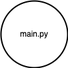
The draw.io diagram GCP_Run/gcp_run_diagram.png in carlosmonsivais123/dse230_final_plane, before a commit. Source tidied: cells renumbered, new cells last; positions are measured from the earlier drawing's top-left corner, leaving out a move shared by most shapes. The source it was exported from:
```xml
<mxGraphModel>
  <root>
    <mxCell id="0" />
    <mxCell id="1" parent="0" />
    <mxCell id="2" value="main.py" style="strokeWidth=2;html=1;shape=mxgraph.flowchart.start_2;whiteSpace=wrap;" parent="1" vertex="1">
      <mxGeometry width="100" height="100" as="geometry" />
    </mxCell>
  </root>
</mxGraphModel>
```
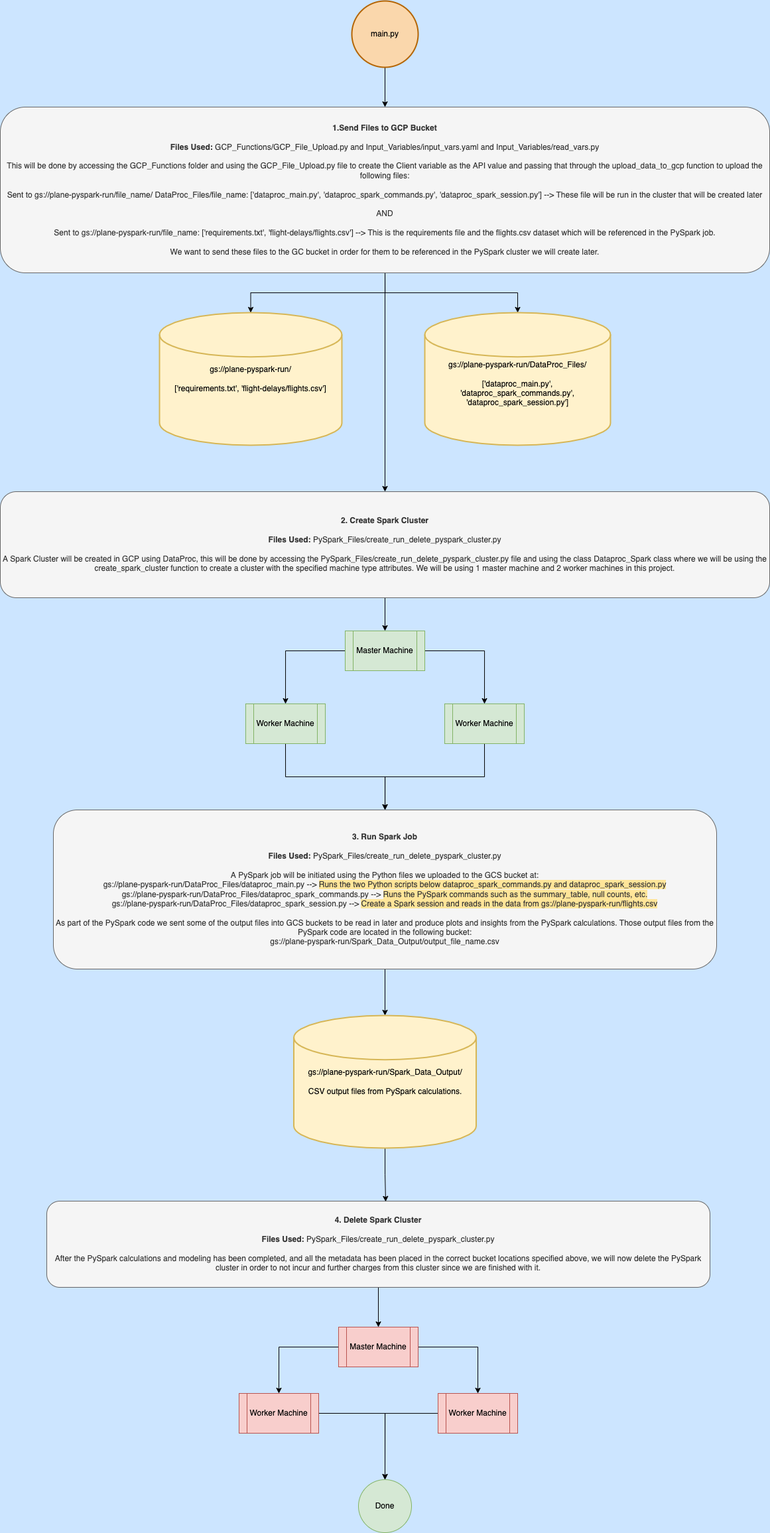
Later version of the same file.

Commit message:
gcp_run_diagram added

The edit, as a diff of the source:
```diff
@@ -1,9 +1,101 @@
-<mxGraphModel>
+<mxGraphModel background="#CCE5FF">
   <root>
     <mxCell id="0" />
     <mxCell id="1" parent="0" />
+    <mxCell id="3" style="edgeStyle=orthogonalEdgeStyle;rounded=0;jettySize=auto;html=1;" parent="1" edge="1" source="2" target="7">
+      <mxGeometry relative="1" as="geometry" />
+    </mxCell>
-    <mxCell id="2" value="main.py" style="strokeWidth=2;html=1;shape=mxgraph.flowchart.start_2;whiteSpace=wrap;" parent="1" vertex="1">
+    <mxCell id="2" value="main.py" style="strokeWidth=2;html=1;shape=mxgraph.flowchart.start_2;whiteSpace=wrap;fillColor=#fad7ac;strokeColor=#b46504;" parent="1" vertex="1">
       <mxGeometry width="100" height="100" as="geometry" />
     </mxCell>
+    <mxCell id="4" style="edgeStyle=orthogonalEdgeStyle;rounded=0;jettySize=auto;html=1;entryX=0.5;entryY=0;entryDx=0;entryDy=0;entryPerimeter=0;" parent="1" edge="1" source="7" target="8">
+      <mxGeometry relative="1" as="geometry" />
+    </mxCell>
+    <mxCell id="5" style="edgeStyle=orthogonalEdgeStyle;rounded=0;jettySize=auto;html=1;exitX=0.5;exitY=1;exitDx=0;exitDy=0;entryX=0.5;entryY=0;entryDx=0;entryDy=0;entryPerimeter=0;" parent="1" edge="1" source="7" target="9">
+      <mxGeometry relative="1" as="geometry" />
+    </mxCell>
+    <mxCell id="6" style="edgeStyle=orthogonalEdgeStyle;rounded=0;jettySize=auto;html=1;entryX=0.5;entryY=0;entryDx=0;entryDy=0;" parent="1" edge="1" source="7" target="11">
+      <mxGeometry relative="1" as="geometry" />
+    </mxCell>
+    <mxCell id="7" value="&lt;b&gt;1.Send Files to GCP Bucket&lt;/b&gt;&lt;br&gt;&lt;br&gt;&lt;b&gt;Files Used:&lt;/b&gt; GCP_Functions/GCP_File_Upload.py and Input_Variables/input_vars.yaml and Input_Variables/read_vars.py&lt;br&gt;&lt;br&gt;This will be done by accessing the GCP_Functions folder and using the GCP_File_Upload.py file to create the Client variable as the API value and passing that through the upload_data_to_gcp function to upload the following files:&lt;br&gt;&lt;br&gt;Sent to gs://plane-pyspark-run/file_name/&amp;nbsp;DataProc_Files/file_name: ['dataproc_main.py', 'dataproc_spark_commands.py', 'dataproc_spark_session.py'] --&amp;gt; These file will be run in the cluster that will be created later&lt;br&gt;&lt;br&gt;AND&lt;br&gt;&amp;nbsp;&lt;br&gt;Sent to gs://plane-pyspark-run/file_name: ['requirements.txt', 'flight-delays/flights.csv'] --&amp;gt; This is the requirements file and the flights.csv dataset which will be referenced in the PySpark job.&lt;br&gt;&lt;br&gt;We want to send these files to the GC bucket in order for them to be referenced in the PySpark cluster we will create later." style="rounded=1;whiteSpace=wrap;html=1;fillColor=#f5f5f5;fontColor=#333333;strokeColor=#666666;" parent="1" vertex="1">
+      <mxGeometry x="-530" y="160" width="1160" height="250" as="geometry" />
+    </mxCell>
+    <mxCell id="8" value="gs://plane-pyspark-run/&lt;br&gt;&lt;br&gt;['requirements.txt', 'flight-delays/flights.csv']" style="strokeWidth=2;html=1;shape=mxgraph.flowchart.database;whiteSpace=wrap;labelBackgroundColor=none;fillColor=#fff2cc;strokeColor=#d6b656;" parent="1" vertex="1">
+      <mxGeometry x="-290" y="470" width="275" height="200" as="geometry" />
+    </mxCell>
+    <mxCell id="9" value="&lt;br&gt;gs://plane-pyspark-run/DataProc_Files/&lt;br&gt;&lt;br&gt;['dataproc_main.py', 'dataproc_spark_commands.py', 'dataproc_spark_session.py']" style="strokeWidth=2;html=1;shape=mxgraph.flowchart.database;whiteSpace=wrap;labelBackgroundColor=none;fillColor=#fff2cc;strokeColor=#d6b656;" parent="1" vertex="1">
+      <mxGeometry x="110" y="470" width="280" height="200" as="geometry" />
+    </mxCell>
+    <mxCell id="10" style="edgeStyle=orthogonalEdgeStyle;rounded=0;jettySize=auto;html=1;entryX=0.5;entryY=0;entryDx=0;entryDy=0;" parent="1" edge="1" source="11" target="16">
+      <mxGeometry relative="1" as="geometry" />
+    </mxCell>
+    <mxCell id="11" value="&lt;b&gt;2. Create Spark Cluster&lt;/b&gt;&lt;br&gt;&lt;br&gt;&lt;b&gt;Files Used:&lt;/b&gt; PySpark_Files/create_run_delete_pyspark_cluster.py&lt;br&gt;&lt;br&gt;A Spark Cluster will be created in GCP using DataProc, this will be done by accessing the PySpark_Files/create_run_delete_pyspark_cluster.py file and using the class Dataproc_Spark class where we will be using the create_spark_cluster function to create a cluster with the specified machine type attributes. We will be using 1 master machine and 2 worker machines in this project." style="rounded=1;whiteSpace=wrap;html=1;fillColor=#f5f5f5;fontColor=#333333;strokeColor=#666666;" parent="1" vertex="1">
+      <mxGeometry x="-530" y="740" width="1160" height="160" as="geometry" />
+    </mxCell>
+    <mxCell id="12" style="edgeStyle=orthogonalEdgeStyle;rounded=0;jettySize=auto;html=1;entryX=0.5;entryY=0;entryDx=0;entryDy=0;entryPerimeter=0;fontColor=#FFE599;" parent="1" edge="1" source="13" target="24">
+      <mxGeometry relative="1" as="geometry" />
+    </mxCell>
+    <mxCell id="13" value="&lt;b&gt;3.&amp;nbsp;Run Spark Job&lt;/b&gt;&lt;br&gt;&lt;br&gt;&lt;b&gt;Files Used:&lt;/b&gt; PySpark_Files/create_run_delete_pyspark_cluster.py&lt;br&gt;&lt;br&gt;A PySpark job will be initiated using the Python files we uploaded to the GCS bucket at:&lt;br&gt;gs://plane-pyspark-run/DataProc_Files/dataproc_main.py --&amp;gt; &lt;span style=&quot;background-color: rgb(255 , 229 , 153)&quot;&gt;Runs the two Python scripts below dataproc_spark_commands.py and dataproc_spark_session.py&lt;/span&gt;&lt;br&gt;gs://plane-pyspark-run/DataProc_Files/dataproc_spark_commands.py --&amp;gt; &lt;span style=&quot;background-color: rgb(255 , 229 , 153)&quot;&gt;Runs the PySpark commands such as the summary_table, null counts, etc.&lt;/span&gt;&lt;br&gt;gs://plane-pyspark-run/DataProc_Files/dataproc_spark_session.py --&amp;gt; &lt;span style=&quot;background-color: rgb(255 , 229 , 153)&quot;&gt;Create a Spark session and reads in the data from gs://plane-pyspark-run/flights.csv&lt;/span&gt;&lt;br&gt;&lt;br&gt;As part of the PySpark code we sent some of the output files into GCS buckets to be read in later and produce plots and insights from the PySpark calculations. Those output files from the PySpark code are located in the following bucket:&lt;br&gt;gs://plane-pyspark-run/Spark_Data_Output/output_file_name.csv" style="rounded=1;whiteSpace=wrap;html=1;fillColor=#f5f5f5;fontColor=#333333;strokeColor=#666666;" parent="1" vertex="1">
+      <mxGeometry x="-450" y="1220" width="1000" height="240" as="geometry" />
+    </mxCell>
+    <mxCell id="14" style="edgeStyle=orthogonalEdgeStyle;rounded=0;jettySize=auto;html=1;exitX=0;exitY=0.5;exitDx=0;exitDy=0;entryX=0.5;entryY=0;entryDx=0;entryDy=0;" parent="1" edge="1" source="16" target="18">
+      <mxGeometry relative="1" as="geometry" />
+    </mxCell>
+    <mxCell id="15" style="edgeStyle=orthogonalEdgeStyle;rounded=0;jettySize=auto;html=1;exitX=1;exitY=0.5;exitDx=0;exitDy=0;entryX=0.5;entryY=0;entryDx=0;entryDy=0;" parent="1" edge="1" source="16" target="20">
+      <mxGeometry relative="1" as="geometry" />
+    </mxCell>
+    <mxCell id="16" value="Master Machine" style="shape=process;whiteSpace=wrap;html=1;backgroundOutline=1;labelBackgroundColor=none;fillColor=#d5e8d4;strokeColor=#82b366;" parent="1" vertex="1">
+      <mxGeometry x="-10" y="950" width="120" height="60" as="geometry" />
+    </mxCell>
+    <mxCell id="17" style="edgeStyle=orthogonalEdgeStyle;rounded=0;jettySize=auto;html=1;exitX=0.5;exitY=1;exitDx=0;exitDy=0;" parent="1" edge="1" source="18" target="13">
+      <mxGeometry relative="1" as="geometry" />
+    </mxCell>
+    <mxCell id="18" value="Worker Machine" style="shape=process;whiteSpace=wrap;html=1;backgroundOutline=1;labelBackgroundColor=none;fillColor=#d5e8d4;strokeColor=#82b366;" parent="1" vertex="1">
+      <mxGeometry x="-160" y="1060" width="120" height="60" as="geometry" />
+    </mxCell>
+    <mxCell id="19" style="edgeStyle=orthogonalEdgeStyle;rounded=0;jettySize=auto;html=1;exitX=0.5;exitY=1;exitDx=0;exitDy=0;" parent="1" edge="1" source="20">
+      <mxGeometry relative="1" as="geometry">
+        <mxPoint x="50" y="1220" as="targetPoint" />
+      </mxGeometry>
+    </mxCell>
+    <mxCell id="20" value="Worker Machine" style="shape=process;whiteSpace=wrap;html=1;backgroundOutline=1;labelBackgroundColor=none;fillColor=#d5e8d4;strokeColor=#82b366;" parent="1" vertex="1">
+      <mxGeometry x="140" y="1060" width="120" height="60" as="geometry" />
+    </mxCell>
+    <mxCell id="21" style="edgeStyle=orthogonalEdgeStyle;rounded=0;jettySize=auto;html=1;entryX=0.5;entryY=0;entryDx=0;entryDy=0;fontColor=none;" parent="1" edge="1" source="22" target="27">
+      <mxGeometry relative="1" as="geometry" />
+    </mxCell>
+    <mxCell id="22" value="&lt;b&gt;4.&amp;nbsp;Delete Spark Cluster&lt;/b&gt;&lt;br&gt;&lt;br&gt;&lt;b&gt;Files Used:&lt;/b&gt; PySpark_Files/create_run_delete_pyspark_cluster.py&lt;br&gt;&lt;br&gt;After the PySpark calculations and modeling has been completed, and all the metadata has been placed in the correct bucket locations specified above, we will now delete the PySpark cluster in order to not incur and further charges from this cluster since we are finished with it." style="rounded=1;whiteSpace=wrap;html=1;fillColor=#f5f5f5;fontColor=#333333;strokeColor=#666666;" parent="1" vertex="1">
+      <mxGeometry x="-460" y="1810" width="1000" height="130" as="geometry" />
+    </mxCell>
+    <mxCell id="23" style="edgeStyle=orthogonalEdgeStyle;rounded=0;jettySize=auto;html=1;entryX=0.511;entryY=0.006;entryDx=0;entryDy=0;entryPerimeter=0;fontColor=#FFE599;" parent="1" edge="1" source="24" target="22">
+      <mxGeometry relative="1" as="geometry" />
+    </mxCell>
+    <mxCell id="24" value="gs://plane-pyspark-run/Spark_Data_Output/&lt;br&gt;&lt;br&gt;CSV output files from PySpark calculations." style="strokeWidth=2;html=1;shape=mxgraph.flowchart.database;whiteSpace=wrap;labelBackgroundColor=none;fillColor=#fff2cc;strokeColor=#d6b656;" parent="1" vertex="1">
+      <mxGeometry x="-87.5" y="1530" width="275" height="200" as="geometry" />
+    </mxCell>
+    <mxCell id="25" style="edgeStyle=orthogonalEdgeStyle;rounded=0;jettySize=auto;html=1;entryX=0.5;entryY=0;entryDx=0;entryDy=0;fontColor=none;" parent="1" edge="1" source="27" target="29">
+      <mxGeometry relative="1" as="geometry" />
+    </mxCell>
+    <mxCell id="26" style="edgeStyle=orthogonalEdgeStyle;rounded=0;jettySize=auto;html=1;entryX=0.5;entryY=0;entryDx=0;entryDy=0;fontColor=none;" parent="1" edge="1" source="27" target="31">
+      <mxGeometry relative="1" as="geometry" />
+    </mxCell>
+    <mxCell id="27" value="Master Machine" style="shape=process;whiteSpace=wrap;html=1;backgroundOutline=1;labelBackgroundColor=none;fillColor=#f8cecc;strokeColor=#b85450;" parent="1" vertex="1">
+      <mxGeometry x="-20" y="2000" width="120" height="60" as="geometry" />
+    </mxCell>
+    <mxCell id="28" style="edgeStyle=orthogonalEdgeStyle;rounded=0;jettySize=auto;html=1;exitX=1;exitY=0.5;exitDx=0;exitDy=0;entryX=0.5;entryY=0;entryDx=0;entryDy=0;fontColor=none;" parent="1" edge="1" source="29" target="32">
+      <mxGeometry relative="1" as="geometry" />
+    </mxCell>
+    <mxCell id="29" value="Worker Machine" style="shape=process;whiteSpace=wrap;html=1;backgroundOutline=1;labelBackgroundColor=none;fillColor=#f8cecc;strokeColor=#b85450;" parent="1" vertex="1">
+      <mxGeometry x="-170" y="2100" width="120" height="60" as="geometry" />
+    </mxCell>
+    <mxCell id="30" style="edgeStyle=orthogonalEdgeStyle;rounded=0;jettySize=auto;html=1;fontColor=none;entryX=0.5;entryY=0;entryDx=0;entryDy=0;" parent="1" edge="1" source="31" target="32">
+      <mxGeometry relative="1" as="geometry" />
+    </mxCell>
+    <mxCell id="31" value="Worker Machine" style="shape=process;whiteSpace=wrap;html=1;backgroundOutline=1;labelBackgroundColor=none;fillColor=#f8cecc;strokeColor=#b85450;" parent="1" vertex="1">
+      <mxGeometry x="130" y="2100" width="120" height="60" as="geometry" />
+    </mxCell>
+    <mxCell id="32" value="Done" style="ellipse;whiteSpace=wrap;html=1;labelBackgroundColor=none;fillColor=#d5e8d4;strokeColor=#82b366;" parent="1" vertex="1">
+      <mxGeometry x="10" y="2230" width="80" height="80" as="geometry" />
+    </mxCell>
   </root>
 </mxGraphModel>
```
